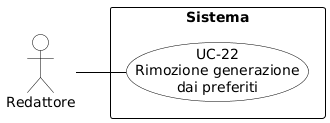
Before: RTB/Analisi dei Requisiti/diagrammi_use_case/UC-22.png, a diagram exported from PlantUML (aLittleByte-19/Documentazione).
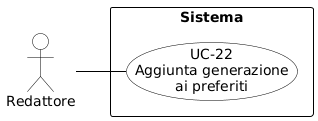
Above is the later version.

Diff of the diagram source:
```diff
@@ -19,11 +19,11 @@
     FontStyle bold
 }
 
-actor "Redattore" as R
+actor "Redattore" as redattore
 
 rectangle "Sistema" {
-    usecase "UC-22\nRimozione generazione\ndai preferiti" as UC22
+    usecase "UC-22\nAggiunta generazione\nai preferiti" as UC22
 }
 
-R -- UC22
+redattore -- UC22
 @enduml
```
